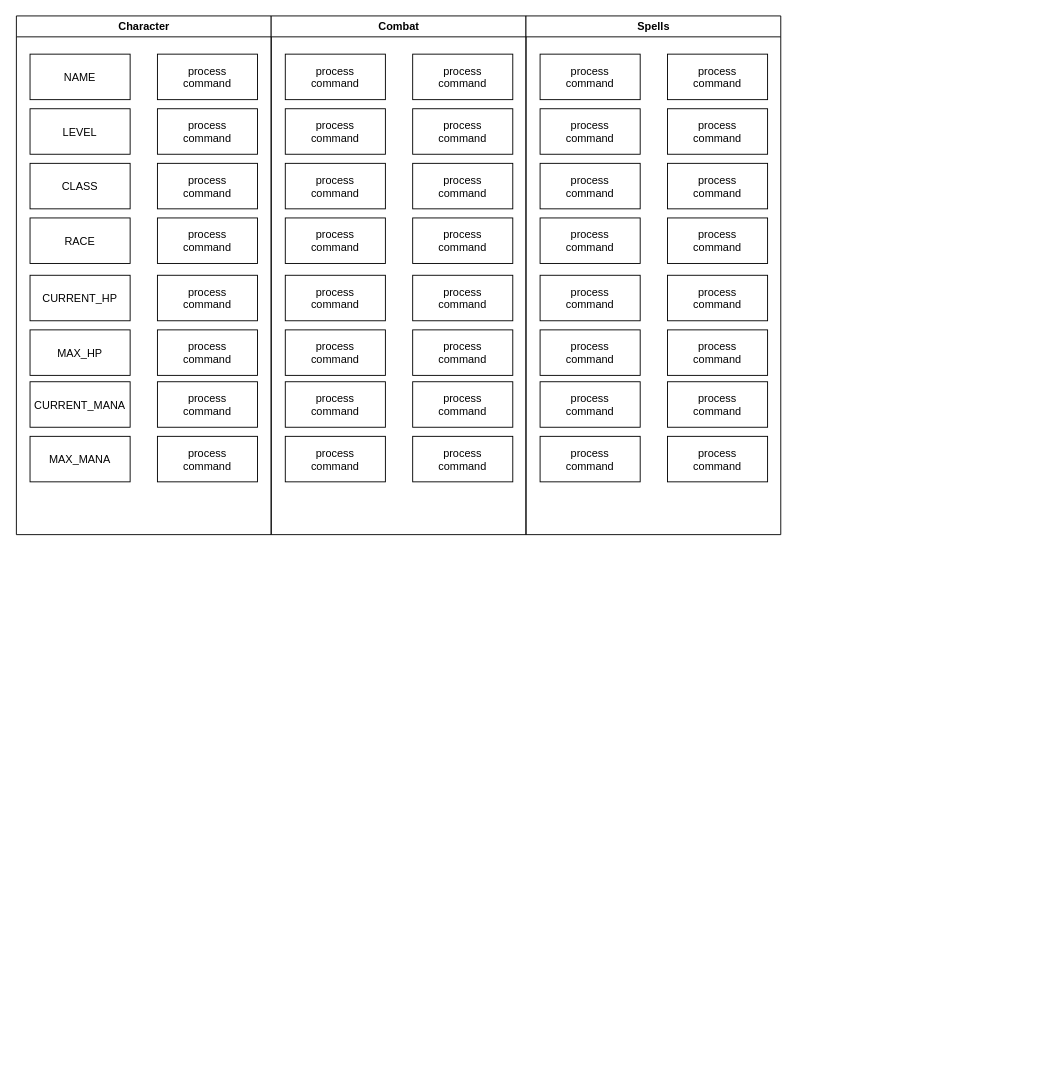
Above: UML.drawio in slaughtr/eq-btt (draw.io), before the change. Source tidied: cells renumbered, new cells numbered last; positions are measured from the earlier drawing's top-left corner, leaving out a move shared by most shapes. Both pictures are drawn from the tidied source at 91%, with x=0, y=0 at pixel (15, 15).
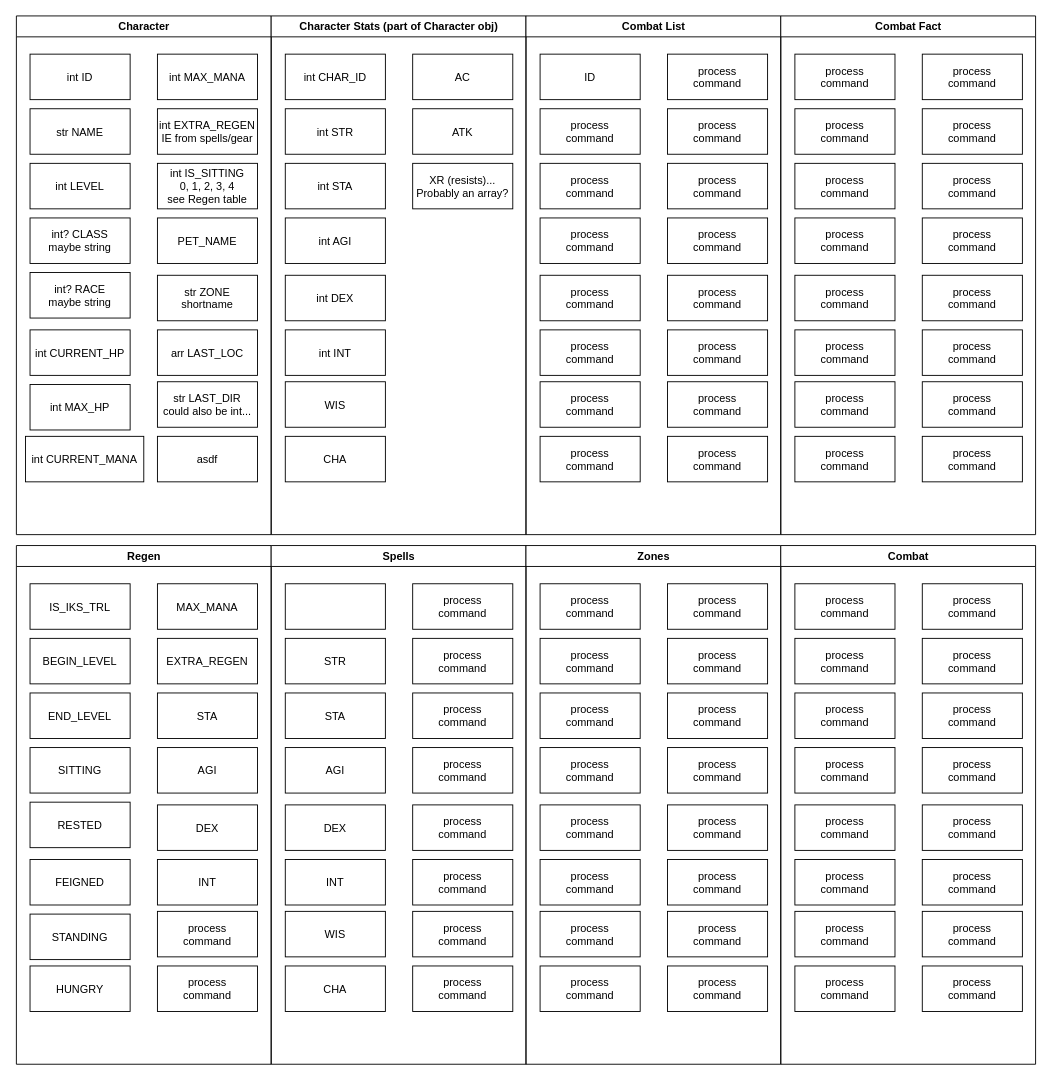
The same diagram, later.

Commit message (it also covers changes not shown here):
[feature[ - Add character and combat schemas

The change refers to these unchanged cells:
```xml
<mxCell id="2" value="Character" style="swimlane;whiteSpace=wrap;startSize=23;" parent="1" vertex="1">
  <mxGeometry x="0.5" width="280" height="570" as="geometry" />
</mxCell>
```

What changed in the source:
```diff
@@
-    <mxCell id="3" value="LEVEL" parent="2" vertex="1">
-      <mxGeometry x="15" y="102" width="110" height="50" as="geometry" />
+    <mxCell id="3" value="int LEVEL" parent="2" vertex="1">
+      <mxGeometry x="15" y="162" width="110" height="50" as="geometry" />
     </mxCell>
-    <mxCell id="4" value="NAME" parent="2" vertex="1">
-      <mxGeometry x="15" y="42" width="110" height="50" as="geometry" />
+    <mxCell id="4" value="str NAME" parent="2" vertex="1">
+      <mxGeometry x="15" y="102" width="110" height="50" as="geometry" />
     </mxCell>
-    <mxCell id="5" value="RACE" parent="2" vertex="1">
-      <mxGeometry x="15" y="222" width="110" height="50" as="geometry" />
+    <mxCell id="5" value="int? RACE&#10;maybe string" parent="2" vertex="1">
+      <mxGeometry x="15" y="282" width="110" height="50" as="geometry" />
     </mxCell>
-    <mxCell id="6" value="CLASS" parent="2" vertex="1">
-      <mxGeometry x="15" y="162" width="110" height="50" as="geometry" />
+    <mxCell id="6" value="int? CLASS&#10;maybe string" parent="2" vertex="1">
+      <mxGeometry x="15" y="222" width="110" height="50" as="geometry" />
     </mxCell>
-    <mxCell id="7" value="MAX_HP" parent="2" vertex="1">
-      <mxGeometry x="15" y="345" width="110" height="50" as="geometry" />
+    <mxCell id="7" value="int MAX_HP" parent="2" vertex="1">
+      <mxGeometry x="15" y="405" width="110" height="50" as="geometry" />
     </mxCell>
-    <mxCell id="8" value="CURRENT_HP" parent="2" vertex="1">
-      <mxGeometry x="15" y="285" width="110" height="50" as="geometry" />
+    <mxCell id="8" value="int CURRENT_HP" parent="2" vertex="1">
+      <mxGeometry x="15" y="345" width="110" height="50" as="geometry" />
     </mxCell>
-    <mxCell id="9" value="MAX_MANA" parent="2" vertex="1">
-      <mxGeometry x="15" y="462" width="110" height="50" as="geometry" />
-    </mxCell>
-    <mxCell id="10" value="CURRENT_MANA" parent="2" vertex="1">
-      <mxGeometry x="15" y="402" width="110" height="50" as="geometry" />
+    <mxCell id="10" value="int CURRENT_MANA" parent="2" vertex="1">
+      <mxGeometry x="10" y="462" width="130" height="50" as="geometry" />
     </mxCell>
-    <mxCell id="11" value="process&#10;command" parent="2" vertex="1">
+    <mxCell id="11" value="int EXTRA_REGEN&#10;IE from spells/gear" parent="2" vertex="1">
       <mxGeometry x="155" y="102" width="110" height="50" as="geometry" />
     </mxCell>
-    <mxCell id="12" value="process&#10;command" parent="2" vertex="1">
+    <mxCell id="12" value="int MAX_MANA" parent="2" vertex="1">
       <mxGeometry x="155" y="42" width="110" height="50" as="geometry" />
     </mxCell>
-    <mxCell id="13" value="process&#10;command" parent="2" vertex="1">
+    <mxCell id="13" value="PET_NAME" parent="2" vertex="1">
       <mxGeometry x="155" y="222" width="110" height="50" as="geometry" />
     </mxCell>
-    <mxCell id="14" value="process&#10;command" parent="2" vertex="1">
+    <mxCell id="14" value="int IS_SITTING&#10;0, 1, 2, 3, 4&#10;see Regen table" parent="2" vertex="1">
       <mxGeometry x="155" y="162" width="110" height="50" as="geometry" />
     </mxCell>
-    <mxCell id="15" value="process&#10;command" parent="2" vertex="1">
+    <mxCell id="15" value="arr LAST_LOC" parent="2" vertex="1">
       <mxGeometry x="155" y="345" width="110" height="50" as="geometry" />
     </mxCell>
-    <mxCell id="16" value="process&#10;command" parent="2" vertex="1">
+    <mxCell id="16" value="str ZONE&#10;shortname" parent="2" vertex="1">
       <mxGeometry x="155" y="285" width="110" height="50" as="geometry" />
     </mxCell>
-    <mxCell id="17" value="process&#10;command" parent="2" vertex="1">
+    <mxCell id="17" value="asdf" parent="2" vertex="1">
       <mxGeometry x="155" y="462" width="110" height="50" as="geometry" />
     </mxCell>
-    <mxCell id="18" value="process&#10;command" parent="2" vertex="1">
+    <mxCell id="18" value="str LAST_DIR&#10;could also be int..." parent="2" vertex="1">
       <mxGeometry x="155" y="402" width="110" height="50" as="geometry" />
     </mxCell>
+    <mxCell id="9" value="int ID" parent="2" vertex="1">
+      <mxGeometry x="15" y="42" width="110" height="50" as="geometry" />
+    </mxCell>
-    <mxCell id="19" value="Combat" style="swimlane;whiteSpace=wrap;" parent="1" vertex="1">
+    <mxCell id="19" value="Character Stats (part of Character obj)" style="swimlane;whiteSpace=wrap;" parent="1" vertex="1">
       <mxGeometry x="280.5" width="280" height="570" as="geometry" />
     </mxCell>
-    <mxCell id="20" value="process&#10;command" parent="19" vertex="1">
+    <mxCell id="20" value="int STR" parent="19" vertex="1">
       <mxGeometry x="15.5" y="102" width="110" height="50" as="geometry" />
     </mxCell>
-    <mxCell id="21" value="process&#10;command" parent="19" vertex="1">
+    <mxCell id="21" value="int CHAR_ID" parent="19" vertex="1">
       <mxGeometry x="15.5" y="42" width="110" height="50" as="geometry" />
     </mxCell>
-    <mxCell id="22" value="process&#10;command" parent="19" vertex="1">
+    <mxCell id="22" value="int AGI" parent="19" vertex="1">
       <mxGeometry x="15.5" y="222" width="110" height="50" as="geometry" />
     </mxCell>
-    <mxCell id="23" value="process&#10;command" parent="19" vertex="1">
+    <mxCell id="23" value="int STA" parent="19" vertex="1">
       <mxGeometry x="15.5" y="162" width="110" height="50" as="geometry" />
     </mxCell>
-    <mxCell id="24" value="process&#10;command" parent="19" vertex="1">
+    <mxCell id="24" value="int INT" parent="19" vertex="1">
       <mxGeometry x="15.5" y="345" width="110" height="50" as="geometry" />
     </mxCell>
-    <mxCell id="25" value="process&#10;command" parent="19" vertex="1">
+    <mxCell id="25" value="int DEX" parent="19" vertex="1">
       <mxGeometry x="15.5" y="285" width="110" height="50" as="geometry" />
     </mxCell>
-    <mxCell id="26" value="process&#10;command" parent="19" vertex="1">
+    <mxCell id="26" value="CHA" parent="19" vertex="1">
       <mxGeometry x="15.5" y="462" width="110" height="50" as="geometry" />
     </mxCell>
-    <mxCell id="27" value="process&#10;command" parent="19" vertex="1">
+    <mxCell id="27" value="WIS" parent="19" vertex="1">
       <mxGeometry x="15.5" y="402" width="110" height="50" as="geometry" />
     </mxCell>
-    <mxCell id="28" value="process&#10;command" parent="19" vertex="1">
+    <mxCell id="28" value="ATK" parent="19" vertex="1">
       <mxGeometry x="155.5" y="102" width="110" height="50" as="geometry" />
     </mxCell>
-    <mxCell id="29" value="process&#10;command" parent="19" vertex="1">
+    <mxCell id="29" value="AC" parent="19" vertex="1">
       <mxGeometry x="155.5" y="42" width="110" height="50" as="geometry" />
     </mxCell>
-    <mxCell id="30" value="process&#10;command" parent="19" vertex="1">
-      <mxGeometry x="155.5" y="222" width="110" height="50" as="geometry" />
-    </mxCell>
-    <mxCell id="31" value="process&#10;command" parent="19" vertex="1">
+    <mxCell id="31" value="XR (resists)...&#10;Probably an array?" parent="19" vertex="1">
       <mxGeometry x="155.5" y="162" width="110" height="50" as="geometry" />
     </mxCell>
-    <mxCell id="32" value="process&#10;command" parent="19" vertex="1">
-      <mxGeometry x="155.5" y="345" width="110" height="50" as="geometry" />
-    </mxCell>
-    <mxCell id="33" value="process&#10;command" parent="19" vertex="1">
-      <mxGeometry x="155.5" y="285" width="110" height="50" as="geometry" />
-    </mxCell>
-    <mxCell id="34" value="process&#10;command" parent="19" vertex="1">
-      <mxGeometry x="155.5" y="462" width="110" height="50" as="geometry" />
-    </mxCell>
-    <mxCell id="35" value="process&#10;command" parent="19" vertex="1">
-      <mxGeometry x="155.5" y="402" width="110" height="50" as="geometry" />
-    </mxCell>
-    <mxCell id="36" value="Spells" style="swimlane;whiteSpace=wrap;" parent="1" vertex="1">
+    <mxCell id="36" value="Combat List" style="swimlane;whiteSpace=wrap;" parent="1" vertex="1">
       <mxGeometry x="560.5" width="280" height="570" as="geometry" />
     </mxCell>
@@
-    <mxCell id="38" value="process&#10;command" parent="36" vertex="1">
+    <mxCell id="38" value="ID" parent="36" vertex="1">
       <mxGeometry x="15.5" y="42" width="110" height="50" as="geometry" />
     </mxCell>
@@
+    <mxCell id="53" value="Combat Fact" style="swimlane;whiteSpace=wrap;" parent="1" vertex="1">
+      <mxGeometry x="840.5" width="280" height="570" as="geometry" />
+    </mxCell>
+    <mxCell id="54" value="process&#10;command" parent="53" vertex="1">
+      <mxGeometry x="15.5" y="102" width="110" height="50" as="geometry" />
+    </mxCell>
+    <mxCell id="55" value="process&#10;command" parent="53" vertex="1">
+      <mxGeometry x="15.5" y="42" width="110" height="50" as="geometry" />
+    </mxCell>
+    <mxCell id="56" value="process&#10;command" parent="53" vertex="1">
+      <mxGeometry x="15.5" y="222" width="110" height="50" as="geometry" />
+    </mxCell>
+    <mxCell id="57" value="process&#10;command" parent="53" vertex="1">
+      <mxGeometry x="15.5" y="162" width="110" height="50" as="geometry" />
+    </mxCell>
+    <mxCell id="58" value="process&#10;command" parent="53" vertex="1">
+      <mxGeometry x="15.5" y="345" width="110" height="50" as="geometry" />
+    </mxCell>
+    <mxCell id="59" value="process&#10;command" parent="53" vertex="1">
+      <mxGeometry x="15.5" y="285" width="110" height="50" as="geometry" />
+    </mxCell>
+    <mxCell id="60" value="process&#10;command" parent="53" vertex="1">
+      <mxGeometry x="15.5" y="462" width="110" height="50" as="geometry" />
+    </mxCell>
+    <mxCell id="61" value="process&#10;command" parent="53" vertex="1">
+      <mxGeometry x="15.5" y="402" width="110" height="50" as="geometry" />
+    </mxCell>
+    <mxCell id="62" value="process&#10;command" parent="53" vertex="1">
+      <mxGeometry x="155.5" y="102" width="110" height="50" as="geometry" />
+    </mxCell>
+    <mxCell id="63" value="process&#10;command" parent="53" vertex="1">
+      <mxGeometry x="155.5" y="42" width="110" height="50" as="geometry" />
+    </mxCell>
+    <mxCell id="64" value="process&#10;command" parent="53" vertex="1">
+      <mxGeometry x="155.5" y="222" width="110" height="50" as="geometry" />
+    </mxCell>
+    <mxCell id="65" value="process&#10;command" parent="53" vertex="1">
+      <mxGeometry x="155.5" y="162" width="110" height="50" as="geometry" />
+    </mxCell>
+    <mxCell id="66" value="process&#10;command" parent="53" vertex="1">
+      <mxGeometry x="155.5" y="345" width="110" height="50" as="geometry" />
+    </mxCell>
+    <mxCell id="67" value="process&#10;command" parent="53" vertex="1">
+      <mxGeometry x="155.5" y="285" width="110" height="50" as="geometry" />
+    </mxCell>
+    <mxCell id="68" value="process&#10;command" parent="53" vertex="1">
+      <mxGeometry x="155.5" y="462" width="110" height="50" as="geometry" />
+    </mxCell>
+    <mxCell id="69" value="process&#10;command" parent="53" vertex="1">
+      <mxGeometry x="155.5" y="402" width="110" height="50" as="geometry" />
+    </mxCell>
+    <mxCell id="70" value="Regen" style="swimlane;whiteSpace=wrap;startSize=23;" parent="1" vertex="1">
+      <mxGeometry x="0.5" y="582" width="280" height="570" as="geometry" />
+    </mxCell>
+    <mxCell id="71" value="END_LEVEL" parent="70" vertex="1">
+      <mxGeometry x="15" y="162" width="110" height="50" as="geometry" />
+    </mxCell>
+    <mxCell id="72" value="BEGIN_LEVEL" parent="70" vertex="1">
+      <mxGeometry x="15" y="102" width="110" height="50" as="geometry" />
+    </mxCell>
+    <mxCell id="73" value="RESTED" parent="70" vertex="1">
+      <mxGeometry x="15" y="282" width="110" height="50" as="geometry" />
+    </mxCell>
+    <mxCell id="74" value="SITTING" parent="70" vertex="1">
+      <mxGeometry x="15" y="222" width="110" height="50" as="geometry" />
+    </mxCell>
+    <mxCell id="75" value="STANDING" parent="70" vertex="1">
+      <mxGeometry x="15" y="405" width="110" height="50" as="geometry" />
+    </mxCell>
+    <mxCell id="76" value="FEIGNED" parent="70" vertex="1">
+      <mxGeometry x="15" y="345" width="110" height="50" as="geometry" />
+    </mxCell>
+    <mxCell id="77" value="HUNGRY" parent="70" vertex="1">
+      <mxGeometry x="15" y="462" width="110" height="50" as="geometry" />
+    </mxCell>
+    <mxCell id="78" value="EXTRA_REGEN" parent="70" vertex="1">
+      <mxGeometry x="155" y="102" width="110" height="50" as="geometry" />
+    </mxCell>
+    <mxCell id="79" value="MAX_MANA" parent="70" vertex="1">
+      <mxGeometry x="155" y="42" width="110" height="50" as="geometry" />
+    </mxCell>
+    <mxCell id="80" value="AGI" parent="70" vertex="1">
+      <mxGeometry x="155" y="222" width="110" height="50" as="geometry" />
+    </mxCell>
+    <mxCell id="81" value="STA" parent="70" vertex="1">
+      <mxGeometry x="155" y="162" width="110" height="50" as="geometry" />
+    </mxCell>
+    <mxCell id="82" value="INT" parent="70" vertex="1">
+      <mxGeometry x="155" y="345" width="110" height="50" as="geometry" />
+    </mxCell>
+    <mxCell id="83" value="DEX" parent="70" vertex="1">
+      <mxGeometry x="155" y="285" width="110" height="50" as="geometry" />
+    </mxCell>
+    <mxCell id="84" value="process&#10;command" parent="70" vertex="1">
+      <mxGeometry x="155" y="462" width="110" height="50" as="geometry" />
+    </mxCell>
+    <mxCell id="85" value="process&#10;command" parent="70" vertex="1">
+      <mxGeometry x="155" y="402" width="110" height="50" as="geometry" />
+    </mxCell>
+    <mxCell id="86" value="IS_IKS_TRL" parent="70" vertex="1">
+      <mxGeometry x="15" y="42" width="110" height="50" as="geometry" />
+    </mxCell>
+    <mxCell id="87" value="Spells" style="swimlane;whiteSpace=wrap;" parent="1" vertex="1">
+      <mxGeometry x="280.5" y="582" width="280" height="570" as="geometry" />
+    </mxCell>
+    <mxCell id="88" value="STR" parent="87" vertex="1">
+      <mxGeometry x="15.5" y="102" width="110" height="50" as="geometry" />
+    </mxCell>
+    <mxCell id="89" parent="87" vertex="1">
+      <mxGeometry x="15.5" y="42" width="110" height="50" as="geometry" />
+    </mxCell>
+    <mxCell id="90" value="AGI" parent="87" vertex="1">
+      <mxGeometry x="15.5" y="222" width="110" height="50" as="geometry" />
+    </mxCell>
+    <mxCell id="91" value="STA" parent="87" vertex="1">
+      <mxGeometry x="15.5" y="162" width="110" height="50" as="geometry" />
+    </mxCell>
+    <mxCell id="92" value="INT" parent="87" vertex="1">
+      <mxGeometry x="15.5" y="345" width="110" height="50" as="geometry" />
+    </mxCell>
+    <mxCell id="93" value="DEX" parent="87" vertex="1">
+      <mxGeometry x="15.5" y="285" width="110" height="50" as="geometry" />
+    </mxCell>
+    <mxCell id="94" value="CHA" parent="87" vertex="1">
+      <mxGeometry x="15.5" y="462" width="110" height="50" as="geometry" />
+    </mxCell>
+    <mxCell id="95" value="WIS" parent="87" vertex="1">
+      <mxGeometry x="15.5" y="402" width="110" height="50" as="geometry" />
+    </mxCell>
+    <mxCell id="96" value="process&#10;command" parent="87" vertex="1">
+      <mxGeometry x="155.5" y="102" width="110" height="50" as="geometry" />
+    </mxCell>
+    <mxCell id="97" value="process&#10;command" parent="87" vertex="1">
+      <mxGeometry x="155.5" y="42" width="110" height="50" as="geometry" />
+    </mxCell>
+    <mxCell id="98" value="process&#10;command" parent="87" vertex="1">
+      <mxGeometry x="155.5" y="222" width="110" height="50" as="geometry" />
+    </mxCell>
+    <mxCell id="99" value="process&#10;command" parent="87" vertex="1">
+      <mxGeometry x="155.5" y="162" width="110" height="50" as="geometry" />
+    </mxCell>
+    <mxCell id="100" value="process&#10;command" parent="87" vertex="1">
+      <mxGeometry x="155.5" y="345" width="110" height="50" as="geometry" />
+    </mxCell>
+    <mxCell id="101" value="process&#10;command" parent="87" vertex="1">
+      <mxGeometry x="155.5" y="285" width="110" height="50" as="geometry" />
+    </mxCell>
+    <mxCell id="102" value="process&#10;command" parent="87" vertex="1">
+      <mxGeometry x="155.5" y="462" width="110" height="50" as="geometry" />
+    </mxCell>
+    <mxCell id="103" value="process&#10;command" parent="87" vertex="1">
+      <mxGeometry x="155.5" y="402" width="110" height="50" as="geometry" />
+    </mxCell>
+    <mxCell id="104" value="Zones" style="swimlane;whiteSpace=wrap;" parent="1" vertex="1">
+      <mxGeometry x="560.5" y="582" width="280" height="570" as="geometry" />
+    </mxCell>
+    <mxCell id="105" value="process&#10;command" parent="104" vertex="1">
+      <mxGeometry x="15.5" y="102" width="110" height="50" as="geometry" />
+    </mxCell>
+    <mxCell id="106" value="process&#10;command" parent="104" vertex="1">
+      <mxGeometry x="15.5" y="42" width="110" height="50" as="geometry" />
+    </mxCell>
+    <mxCell id="107" value="process&#10;command" parent="104" vertex="1">
+      <mxGeometry x="15.5" y="222" width="110" height="50" as="geometry" />
+    </mxCell>
+    <mxCell id="108" value="process&#10;command" parent="104" vertex="1">
+      <mxGeometry x="15.5" y="162" width="110" height="50" as="geometry" />
+    </mxCell>
+    <mxCell id="109" value="process&#10;command" parent="104" vertex="1">
+      <mxGeometry x="15.5" y="345" width="110" height="50" as="geometry" />
+    </mxCell>
+    <mxCell id="110" value="process&#10;command" parent="104" vertex="1">
+      <mxGeometry x="15.5" y="285" width="110" height="50" as="geometry" />
+    </mxCell>
+    <mxCell id="111" value="process&#10;command" parent="104" vertex="1">
+      <mxGeometry x="15.5" y="462" width="110" height="50" as="geometry" />
+    </mxCell>
+    <mxCell id="112" value="process&#10;command" parent="104" vertex="1">
+      <mxGeometry x="15.5" y="402" width="110" height="50" as="geometry" />
+    </mxCell>
+    <mxCell id="113" value="process&#10;command" parent="104" vertex="1">
+      <mxGeometry x="155.5" y="102" width="110" height="50" as="geometry" />
+    </mxCell>
+    <mxCell id="114" value="process&#10;command" parent="104" vertex="1">
+      <mxGeometry x="155.5" y="42" width="110" height="50" as="geometry" />
+    </mxCell>
+    <mxCell id="115" value="process&#10;command" parent="104" vertex="1">
+      <mxGeometry x="155.5" y="222" width="110" height="50" as="geometry" />
+    </mxCell>
+    <mxCell id="116" value="process&#10;command" parent="104" vertex="1">
+      <mxGeometry x="155.5" y="162" width="110" height="50" as="geometry" />
+    </mxCell>
+    <mxCell id="117" value="process&#10;command" parent="104" vertex="1">
+      <mxGeometry x="155.5" y="345" width="110" height="50" as="geometry" />
+    </mxCell>
+    <mxCell id="118" value="process&#10;command" parent="104" vertex="1">
+      <mxGeometry x="155.5" y="285" width="110" height="50" as="geometry" />
+    </mxCell>
+    <mxCell id="119" value="process&#10;command" parent="104" vertex="1">
+      <mxGeometry x="155.5" y="462" width="110" height="50" as="geometry" />
+    </mxCell>
+    <mxCell id="120" value="process&#10;command" parent="104" vertex="1">
+      <mxGeometry x="155.5" y="402" width="110" height="50" as="geometry" />
+    </mxCell>
+    <mxCell id="121" value="Combat" style="swimlane;whiteSpace=wrap;" parent="1" vertex="1">
+      <mxGeometry x="840.5" y="582" width="280" height="570" as="geometry" />
+    </mxCell>
+    <mxCell id="122" value="process&#10;command" parent="121" vertex="1">
+      <mxGeometry x="15.5" y="102" width="110" height="50" as="geometry" />
+    </mxCell>
+    <mxCell id="123" value="process&#10;command" parent="121" vertex="1">
+      <mxGeometry x="15.5" y="42" width="110" height="50" as="geometry" />
+    </mxCell>
+    <mxCell id="124" value="process&#10;command" parent="121" vertex="1">
+      <mxGeometry x="15.5" y="222" width="110" height="50" as="geometry" />
+    </mxCell>
+    <mxCell id="125" value="process&#10;command" parent="121" vertex="1">
+      <mxGeometry x="15.5" y="162" width="110" height="50" as="geometry" />
+    </mxCell>
+    <mxCell id="126" value="process&#10;command" parent="121" vertex="1">
+      <mxGeometry x="15.5" y="345" width="110" height="50" as="geometry" />
+    </mxCell>
+    <mxCell id="127" value="process&#10;command" parent="121" vertex="1">
+      <mxGeometry x="15.5" y="285" width="110" height="50" as="geometry" />
+    </mxCell>
+    <mxCell id="128" value="process&#10;command" parent="121" vertex="1">
+      <mxGeometry x="15.5" y="462" width="110" height="50" as="geometry" />
+    </mxCell>
+    <mxCell id="129" value="process&#10;command" parent="121" vertex="1">
+      <mxGeometry x="15.5" y="402" width="110" height="50" as="geometry" />
+    </mxCell>
+    <mxCell id="130" value="process&#10;command" parent="121" vertex="1">
+      <mxGeometry x="155.5" y="102" width="110" height="50" as="geometry" />
+    </mxCell>
+    <mxCell id="131" value="process&#10;command" parent="121" vertex="1">
+      <mxGeometry x="155.5" y="42" width="110" height="50" as="geometry" />
+    </mxCell>
+    <mxCell id="132" value="process&#10;command" parent="121" vertex="1">
+      <mxGeometry x="155.5" y="222" width="110" height="50" as="geometry" />
+    </mxCell>
+    <mxCell id="133" value="process&#10;command" parent="121" vertex="1">
+      <mxGeometry x="155.5" y="162" width="110" height="50" as="geometry" />
+    </mxCell>
+    <mxCell id="134" value="process&#10;command" parent="121" vertex="1">
+      <mxGeometry x="155.5" y="345" width="110" height="50" as="geometry" />
+    </mxCell>
+    <mxCell id="135" value="process&#10;command" parent="121" vertex="1">
+      <mxGeometry x="155.5" y="285" width="110" height="50" as="geometry" />
+    </mxCell>
+    <mxCell id="136" value="process&#10;command" parent="121" vertex="1">
+      <mxGeometry x="155.5" y="462" width="110" height="50" as="geometry" />
+    </mxCell>
+    <mxCell id="137" value="process&#10;command" parent="121" vertex="1">
+      <mxGeometry x="155.5" y="402" width="110" height="50" as="geometry" />
+    </mxCell>
```
